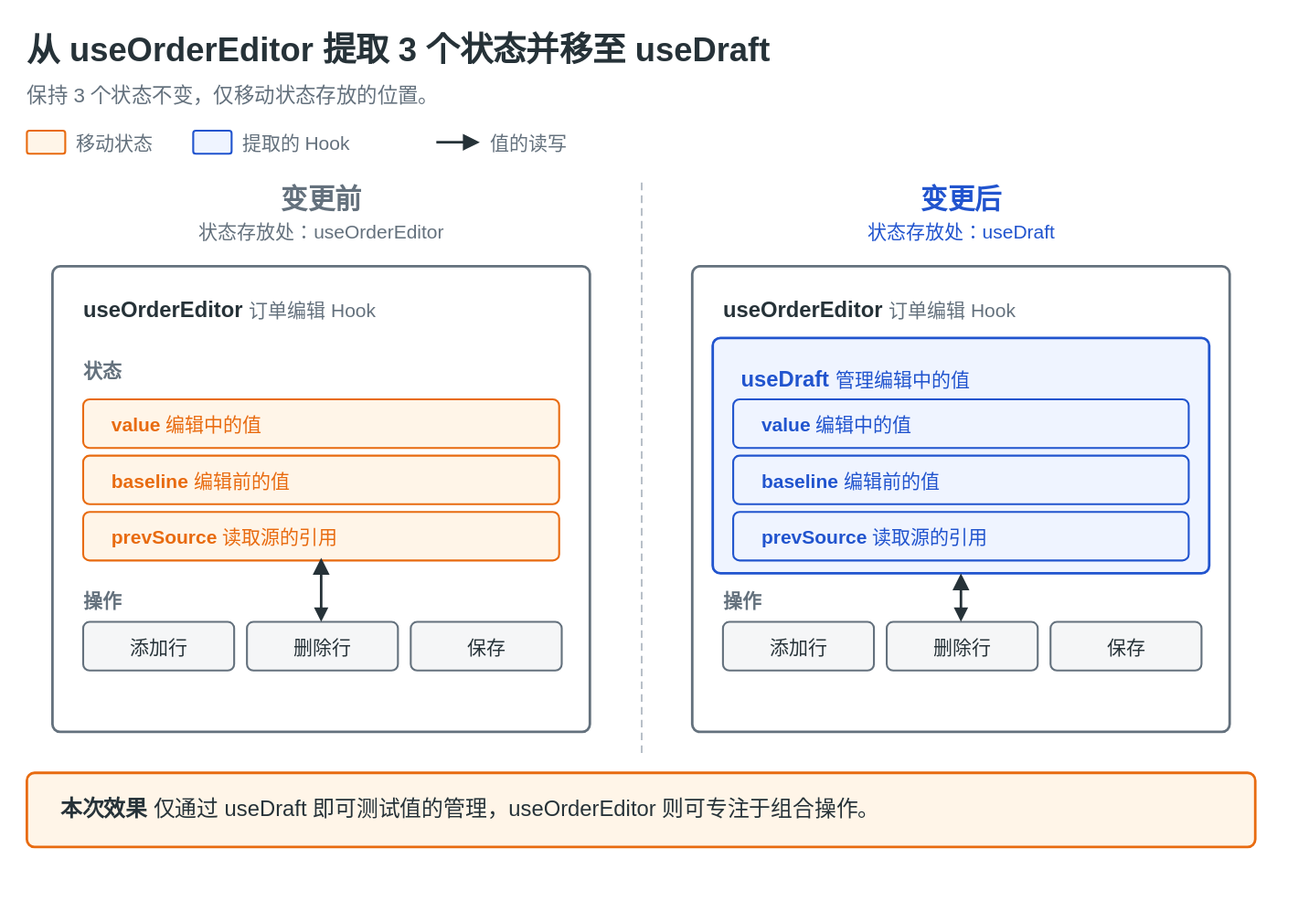
nntto/explanatory-diagrams keeps this draw.io diagram as docs/samples/zh-CN/refactor-move-state.drawio.svg. Above is the earlier version. Source tidied: cells renumbered, new cells last; positions are measured from the earlier drawing's top-left corner, leaving out a move shared by most shapes. The source it was exported from:
```xml
<mxGraphModel background="#ffffff">
  <root>
    <mxCell id="0" />
    <mxCell id="1" parent="0" />
    <mxCell id="2" value="从 useOrderEditor 提取 3 个状态并移至 useDraft" style="text;html=1;whiteSpace=wrap;fontFamily=Helvetica;fontSize=26;fontColor=#263238;align=left;verticalAlign=middle;spacing=0;fontStyle=1;" parent="1" vertex="1">
      <mxGeometry width="960" height="38" as="geometry" />
    </mxCell>
    <mxCell id="3" value="保持 3 个状态不变，仅移动状态存放的位置。" style="text;html=1;whiteSpace=wrap;fontFamily=Helvetica;fontSize=16;fontColor=#64717d;align=left;verticalAlign=middle;spacing=0;" parent="1" vertex="1">
      <mxGeometry y="42" width="960" height="24" as="geometry" />
    </mxCell>
    <mxCell id="4" style="rounded=1;absoluteArcSize=1;arcSize=4;whiteSpace=wrap;html=1;fillColor=#fff5e8;strokeColor=#e86b10;strokeWidth=1.5;fontColor=#e86b10;fontFamily=Helvetica;fontSize=17;align=center;verticalAlign=middle;spacing=10;" parent="1" vertex="1">
      <mxGeometry y="82" width="30" height="18" as="geometry" />
    </mxCell>
    <mxCell id="5" value="移动状态" style="text;html=1;whiteSpace=wrap;fontFamily=Helvetica;fontSize=15;fontColor=#64717d;align=left;verticalAlign=middle;spacing=0;" parent="1" vertex="1">
      <mxGeometry x="38" y="80" width="64" height="22" as="geometry" />
    </mxCell>
    <mxCell id="6" style="rounded=1;absoluteArcSize=1;arcSize=4;whiteSpace=wrap;html=1;fillColor=#eff4ff;strokeColor=#2154ce;strokeWidth=1.5;fontColor=#2154ce;fontFamily=Helvetica;fontSize=17;align=center;verticalAlign=middle;spacing=10;" parent="1" vertex="1">
      <mxGeometry x="130" y="82" width="30" height="18" as="geometry" />
    </mxCell>
    <mxCell id="7" value="提取的 Hook" style="text;html=1;whiteSpace=wrap;fontFamily=Helvetica;fontSize=15;fontColor=#64717d;align=left;verticalAlign=middle;spacing=0;" parent="1" vertex="1">
      <mxGeometry x="168" y="80" width="124" height="22" as="geometry" />
    </mxCell>
    <mxCell id="8" style="edgeStyle=none;rounded=1;html=1;strokeColor=#263238;strokeWidth=2;endArrow=block;endFill=1;startArrow=none;startFill=1;endSize=8;fontFamily=Helvetica;fontSize=15;fontColor=#263238;labelBackgroundColor=#ffffff;" parent="1" edge="1">
      <mxGeometry relative="1" as="geometry">
        <mxPoint x="320" y="91" as="sourcePoint" />
        <mxPoint x="354" y="91" as="targetPoint" />
      </mxGeometry>
    </mxCell>
    <mxCell id="9" value="值的读写" style="text;html=1;whiteSpace=wrap;fontFamily=Helvetica;fontSize=15;fontColor=#64717d;align=left;verticalAlign=middle;spacing=0;" parent="1" vertex="1">
      <mxGeometry x="362" y="80" width="124" height="22" as="geometry" />
    </mxCell>
    <mxCell id="10" value="变更前" style="text;html=1;whiteSpace=wrap;fontFamily=Helvetica;fontSize=21;fontColor=#64717d;align=center;verticalAlign=middle;spacing=0;fontStyle=1;" parent="1" vertex="1">
      <mxGeometry y="120" width="460" height="30" as="geometry" />
    </mxCell>
    <mxCell id="11" value="状态存放处：useOrderEditor" style="text;html=1;whiteSpace=wrap;fontFamily=Helvetica;fontSize=15;fontColor=#64717d;align=center;verticalAlign=middle;spacing=0;" parent="1" vertex="1">
      <mxGeometry y="148" width="460" height="24" as="geometry" />
    </mxCell>
    <mxCell id="12" value="变更后" style="text;html=1;whiteSpace=wrap;fontFamily=Helvetica;fontSize=21;fontColor=#2154ce;align=center;verticalAlign=middle;spacing=0;fontStyle=1;" parent="1" vertex="1">
      <mxGeometry x="500" y="120" width="460" height="30" as="geometry" />
    </mxCell>
    <mxCell id="13" value="状态存放处：useDraft" style="text;html=1;whiteSpace=wrap;fontFamily=Helvetica;fontSize=15;fontColor=#2154ce;align=center;verticalAlign=middle;spacing=0;" parent="1" vertex="1">
      <mxGeometry x="500" y="148" width="460" height="24" as="geometry" />
    </mxCell>
    <mxCell id="14" style="edgeStyle=none;rounded=1;html=1;strokeColor=#9aa5b1;strokeWidth=1;endArrow=none;endFill=1;startArrow=none;startFill=1;endSize=8;fontFamily=Helvetica;fontSize=15;fontColor=#9aa5b1;labelBackgroundColor=#ffffff;dashed=1;dashPattern=6 4;" parent="1" edge="1">
      <mxGeometry relative="1" as="geometry">
        <mxPoint x="480" y="122" as="sourcePoint" />
        <mxPoint x="480" y="568" as="targetPoint" />
      </mxGeometry>
    </mxCell>
    <mxCell id="15" value="&lt;b&gt;useOrderEditor&lt;/b&gt; &lt;span style=&quot;font-size:15px;color:#64717d;&quot;&gt;订单编辑 Hook&lt;/span&gt;" style="rounded=1;absoluteArcSize=1;arcSize=12;whiteSpace=wrap;html=1;fillColor=#ffffff;strokeColor=#64717d;strokeWidth=2;fontColor=#263238;fontFamily=Helvetica;fontSize=17;align=left;verticalAlign=top;spacing=10;spacingLeft=14;spacingTop=10;" parent="1" vertex="1">
      <mxGeometry x="20" y="188" width="420" height="364" as="geometry" />
    </mxCell>
    <mxCell id="16" value="状态" style="text;html=1;whiteSpace=wrap;fontFamily=Helvetica;fontSize=15;fontColor=#64717d;align=left;verticalAlign=middle;spacing=0;fontStyle=1;" parent="1" vertex="1">
      <mxGeometry x="44" y="258" width="200" height="22" as="geometry" />
    </mxCell>
    <mxCell id="17" value="&lt;b&gt;value&lt;/b&gt; 编辑中的值" style="rounded=1;absoluteArcSize=1;arcSize=10;whiteSpace=wrap;html=1;fillColor=#fff5e8;strokeColor=#e86b10;strokeWidth=1.5;fontColor=#e86b10;fontFamily=Helvetica;fontSize=15;align=left;verticalAlign=middle;spacing=10;spacingLeft=12;" parent="1" vertex="1">
      <mxGeometry x="44" y="292" width="372" height="38" as="geometry" />
    </mxCell>
    <mxCell id="18" value="&lt;b&gt;baseline&lt;/b&gt; 编辑前的值" style="rounded=1;absoluteArcSize=1;arcSize=10;whiteSpace=wrap;html=1;fillColor=#fff5e8;strokeColor=#e86b10;strokeWidth=1.5;fontColor=#e86b10;fontFamily=Helvetica;fontSize=15;align=left;verticalAlign=middle;spacing=10;spacingLeft=12;" parent="1" vertex="1">
      <mxGeometry x="44" y="336" width="372" height="38" as="geometry" />
    </mxCell>
    <mxCell id="19" value="&lt;b&gt;prevSource&lt;/b&gt; 读取源的引用" style="rounded=1;absoluteArcSize=1;arcSize=10;whiteSpace=wrap;html=1;fillColor=#fff5e8;strokeColor=#e86b10;strokeWidth=1.5;fontColor=#e86b10;fontFamily=Helvetica;fontSize=15;align=left;verticalAlign=middle;spacing=10;spacingLeft=12;" parent="1" vertex="1">
      <mxGeometry x="44" y="380" width="372" height="38" as="geometry" />
    </mxCell>
    <mxCell id="20" value="操作" style="text;html=1;whiteSpace=wrap;fontFamily=Helvetica;fontSize=15;fontColor=#64717d;align=left;verticalAlign=middle;spacing=0;fontStyle=1;" parent="1" vertex="1">
      <mxGeometry x="44" y="438" width="200" height="22" as="geometry" />
    </mxCell>
    <mxCell id="21" value="添加行" style="rounded=1;absoluteArcSize=1;arcSize=10;whiteSpace=wrap;html=1;fillColor=#f5f6f7;strokeColor=#64717d;strokeWidth=1.5;fontColor=#263238;fontFamily=Helvetica;fontSize=15;align=center;verticalAlign=middle;spacing=2;" parent="1" vertex="1">
      <mxGeometry x="44" y="466" width="118" height="38" as="geometry" />
    </mxCell>
    <mxCell id="22" value="删除行" style="rounded=1;absoluteArcSize=1;arcSize=10;whiteSpace=wrap;html=1;fillColor=#f5f6f7;strokeColor=#64717d;strokeWidth=1.5;fontColor=#263238;fontFamily=Helvetica;fontSize=15;align=center;verticalAlign=middle;spacing=2;" parent="1" vertex="1">
      <mxGeometry x="172" y="466" width="118" height="38" as="geometry" />
    </mxCell>
    <mxCell id="23" value="保存" style="rounded=1;absoluteArcSize=1;arcSize=10;whiteSpace=wrap;html=1;fillColor=#f5f6f7;strokeColor=#64717d;strokeWidth=1.5;fontColor=#263238;fontFamily=Helvetica;fontSize=15;align=center;verticalAlign=middle;spacing=2;" parent="1" vertex="1">
      <mxGeometry x="300" y="466" width="118" height="38" as="geometry" />
    </mxCell>
    <mxCell id="24" style="edgeStyle=none;rounded=1;html=1;strokeColor=#263238;strokeWidth=2;endArrow=block;endFill=1;startArrow=block;startFill=1;endSize=8;fontFamily=Helvetica;fontSize=15;fontColor=#263238;labelBackgroundColor=#ffffff;" parent="1" edge="1">
      <mxGeometry relative="1" as="geometry">
        <mxPoint x="230" y="466" as="sourcePoint" />
        <mxPoint x="230" y="416" as="targetPoint" />
      </mxGeometry>
    </mxCell>
    <mxCell id="25" value="&lt;b&gt;useOrderEditor&lt;/b&gt; &lt;span style=&quot;font-size:15px;color:#64717d;&quot;&gt;订单编辑 Hook&lt;/span&gt;" style="rounded=1;absoluteArcSize=1;arcSize=12;whiteSpace=wrap;html=1;fillColor=#ffffff;strokeColor=#64717d;strokeWidth=2;fontColor=#263238;fontFamily=Helvetica;fontSize=17;align=left;verticalAlign=top;spacing=10;spacingLeft=14;spacingTop=10;" parent="1" vertex="1">
      <mxGeometry x="520" y="188" width="420" height="364" as="geometry" />
    </mxCell>
    <mxCell id="26" value="&lt;b&gt;useDraft&lt;/b&gt; &lt;span style=&quot;font-size:15px;color:#2154ce;&quot;&gt;管理编辑中的值&lt;/span&gt;" style="rounded=1;absoluteArcSize=1;arcSize=12;whiteSpace=wrap;html=1;fillColor=#eff4ff;strokeColor=#2154ce;strokeWidth=2;fontColor=#2154ce;fontFamily=Helvetica;fontSize=17;align=left;verticalAlign=top;spacing=10;spacingLeft=12;spacingTop=8;" parent="1" vertex="1">
      <mxGeometry x="536" y="244" width="388" height="184" as="geometry" />
    </mxCell>
    <mxCell id="27" value="&lt;b&gt;value&lt;/b&gt; 编辑中的值" style="rounded=1;absoluteArcSize=1;arcSize=10;whiteSpace=wrap;html=1;fillColor=#eff4ff;strokeColor=#2154ce;strokeWidth=1.5;fontColor=#2154ce;fontFamily=Helvetica;fontSize=15;align=left;verticalAlign=middle;spacing=10;spacingLeft=12;" parent="1" vertex="1">
      <mxGeometry x="552" y="292" width="356" height="38" as="geometry" />
    </mxCell>
    <mxCell id="28" value="&lt;b&gt;baseline&lt;/b&gt; 编辑前的值" style="rounded=1;absoluteArcSize=1;arcSize=10;whiteSpace=wrap;html=1;fillColor=#eff4ff;strokeColor=#2154ce;strokeWidth=1.5;fontColor=#2154ce;fontFamily=Helvetica;fontSize=15;align=left;verticalAlign=middle;spacing=10;spacingLeft=12;" parent="1" vertex="1">
      <mxGeometry x="552" y="336" width="356" height="38" as="geometry" />
    </mxCell>
    <mxCell id="29" value="&lt;b&gt;prevSource&lt;/b&gt; 读取源的引用" style="rounded=1;absoluteArcSize=1;arcSize=10;whiteSpace=wrap;html=1;fillColor=#eff4ff;strokeColor=#2154ce;strokeWidth=1.5;fontColor=#2154ce;fontFamily=Helvetica;fontSize=15;align=left;verticalAlign=middle;spacing=10;spacingLeft=12;" parent="1" vertex="1">
      <mxGeometry x="552" y="380" width="356" height="38" as="geometry" />
    </mxCell>
    <mxCell id="30" value="操作" style="text;html=1;whiteSpace=wrap;fontFamily=Helvetica;fontSize=15;fontColor=#64717d;align=left;verticalAlign=middle;spacing=0;fontStyle=1;" parent="1" vertex="1">
      <mxGeometry x="544" y="438" width="200" height="22" as="geometry" />
    </mxCell>
    <mxCell id="31" value="添加行" style="rounded=1;absoluteArcSize=1;arcSize=10;whiteSpace=wrap;html=1;fillColor=#f5f6f7;strokeColor=#64717d;strokeWidth=1.5;fontColor=#263238;fontFamily=Helvetica;fontSize=15;align=center;verticalAlign=middle;spacing=2;" parent="1" vertex="1">
      <mxGeometry x="544" y="466" width="118" height="38" as="geometry" />
    </mxCell>
    <mxCell id="32" value="删除行" style="rounded=1;absoluteArcSize=1;arcSize=10;whiteSpace=wrap;html=1;fillColor=#f5f6f7;strokeColor=#64717d;strokeWidth=1.5;fontColor=#263238;fontFamily=Helvetica;fontSize=15;align=center;verticalAlign=middle;spacing=2;" parent="1" vertex="1">
      <mxGeometry x="672" y="466" width="118" height="38" as="geometry" />
    </mxCell>
    <mxCell id="33" value="保存" style="rounded=1;absoluteArcSize=1;arcSize=10;whiteSpace=wrap;html=1;fillColor=#f5f6f7;strokeColor=#64717d;strokeWidth=1.5;fontColor=#263238;fontFamily=Helvetica;fontSize=15;align=center;verticalAlign=middle;spacing=2;" parent="1" vertex="1">
      <mxGeometry x="800" y="466" width="118" height="38" as="geometry" />
    </mxCell>
    <mxCell id="34" style="edgeStyle=none;rounded=1;html=1;strokeColor=#263238;strokeWidth=2;endArrow=block;endFill=1;startArrow=block;startFill=1;endSize=8;fontFamily=Helvetica;fontSize=15;fontColor=#263238;labelBackgroundColor=#ffffff;" parent="1" edge="1">
      <mxGeometry relative="1" as="geometry">
        <mxPoint x="730" y="466" as="sourcePoint" />
        <mxPoint x="730" y="428" as="targetPoint" />
      </mxGeometry>
    </mxCell>
    <mxCell id="35" value="&lt;b&gt;本次效果&lt;/b&gt; 仅通过 useDraft 即可测试值的管理，useOrderEditor 则可专注于组合操作。" style="rounded=1;absoluteArcSize=1;arcSize=12;whiteSpace=wrap;html=1;fillColor=#fff5e8;strokeColor=#e86b10;strokeWidth=2;fontColor=#263238;fontFamily=Helvetica;fontSize=17;align=left;verticalAlign=middle;spacing=10;spacingLeft=16;" parent="1" vertex="1">
      <mxGeometry y="584" width="960" height="58" as="geometry" />
    </mxCell>
  </root>
</mxGraphModel>
```
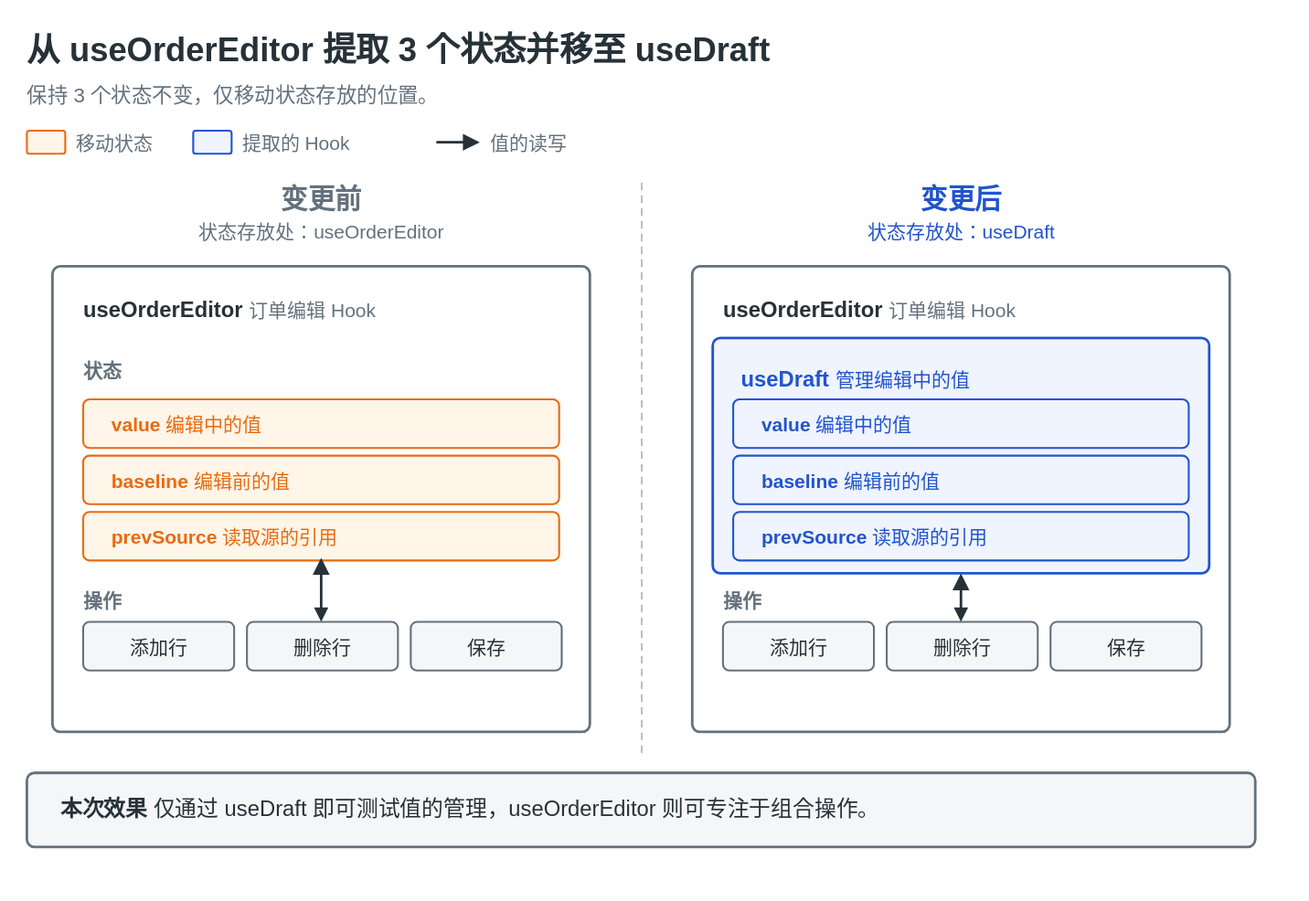
Above is the later version.

Diff of the diagram source:
```diff
@@ -113,7 +113,7 @@
         <mxPoint x="730" y="428" as="targetPoint" />
       </mxGeometry>
     </mxCell>
-    <mxCell id="35" value="&lt;b&gt;本次效果&lt;/b&gt; 仅通过 useDraft 即可测试值的管理，useOrderEditor 则可专注于组合操作。" style="rounded=1;absoluteArcSize=1;arcSize=12;whiteSpace=wrap;html=1;fillColor=#fff5e8;strokeColor=#e86b10;strokeWidth=2;fontColor=#263238;fontFamily=Helvetica;fontSize=17;align=left;verticalAlign=middle;spacing=10;spacingLeft=16;" parent="1" vertex="1">
+    <mxCell id="35" value="&lt;b&gt;本次效果&lt;/b&gt; 仅通过 useDraft 即可测试值的管理，useOrderEditor 则可专注于组合操作。" style="rounded=1;absoluteArcSize=1;arcSize=12;whiteSpace=wrap;html=1;fillColor=#f5f6f7;strokeColor=#64717d;strokeWidth=2;fontColor=#263238;fontFamily=Helvetica;fontSize=17;align=left;verticalAlign=middle;spacing=10;spacingLeft=16;" parent="1" vertex="1">
       <mxGeometry y="584" width="960" height="58" as="geometry" />
     </mxCell>
   </root>
```
